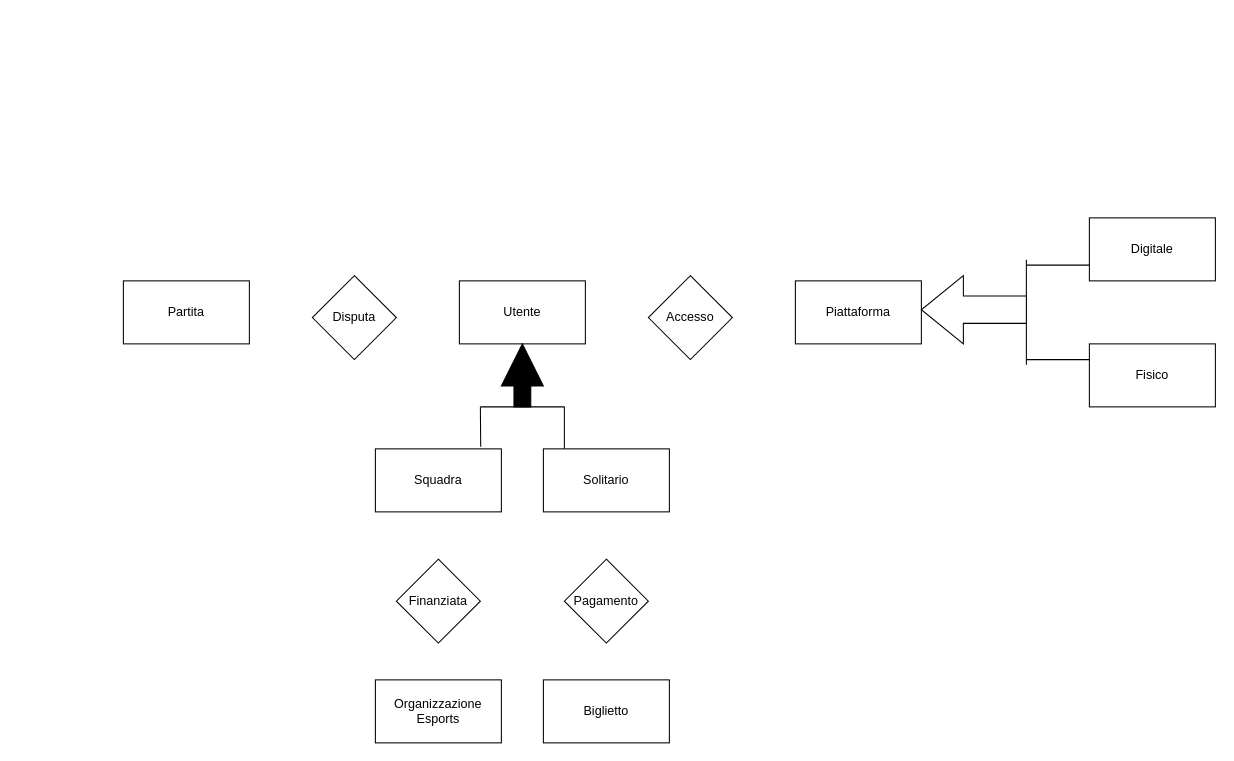
The draw.io diagram Torneo.drawio in aleadami/DBS_Collezionismo, before the edit. Source tidied: cells renumbered, new cells numbered last; positions are measured from the earlier drawing's top-left corner, leaving out a move shared by most shapes. Both pictures are drawn from the tidied source at 105%, with x=0, y=0 at pixel (123, 217).
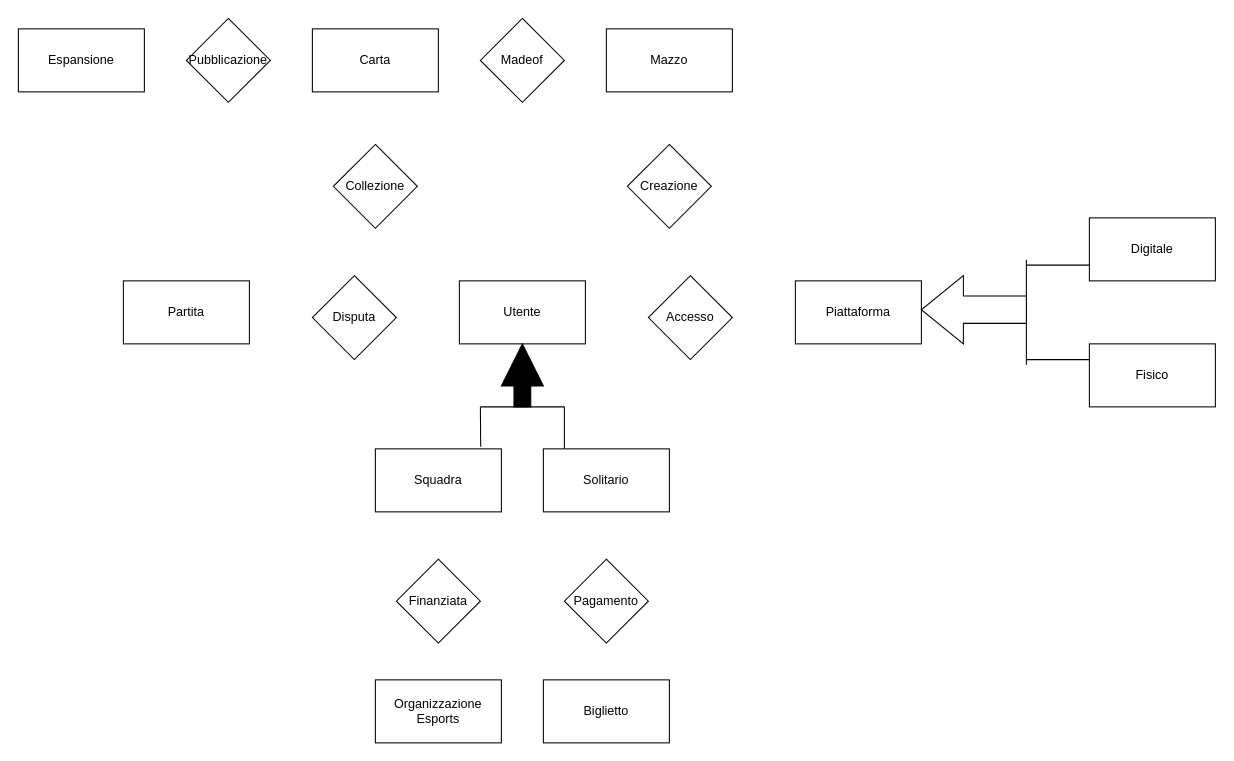
After the change.

Commit message:
Modifiche a Torneo

What changed in the source:
```diff
@@
+    <mxCell id="23" value="Mazzo" style="rounded=0;whiteSpace=wrap;html=1;" parent="1" vertex="1">
+      <mxGeometry x="460" y="-180" width="120" height="60" as="geometry" />
+    </mxCell>
+    <mxCell id="24" value="Carta" style="rounded=0;whiteSpace=wrap;html=1;" parent="1" vertex="1">
+      <mxGeometry x="180" y="-180" width="120" height="60" as="geometry" />
+    </mxCell>
+    <mxCell id="25" value="Collezione" style="rhombus;whiteSpace=wrap;html=1;" parent="1" vertex="1">
+      <mxGeometry x="200" y="-70" width="80" height="80" as="geometry" />
+    </mxCell>
+    <mxCell id="26" value="Creazione" style="rhombus;whiteSpace=wrap;html=1;" parent="1" vertex="1">
+      <mxGeometry x="480" y="-70" width="80" height="80" as="geometry" />
+    </mxCell>
+    <mxCell id="27" value="Madeof" style="rhombus;whiteSpace=wrap;html=1;" parent="1" vertex="1">
+      <mxGeometry x="340" y="-190" width="80" height="80" as="geometry" />
+    </mxCell>
+    <mxCell id="28" value="Espansione" style="rounded=0;whiteSpace=wrap;html=1;" parent="1" vertex="1">
+      <mxGeometry x="-100" y="-180" width="120" height="60" as="geometry" />
+    </mxCell>
+    <mxCell id="29" value="Pubblicazione" style="rhombus;whiteSpace=wrap;html=1;" parent="1" vertex="1">
+      <mxGeometry x="60" y="-190" width="80" height="80" as="geometry" />
+    </mxCell>
```
